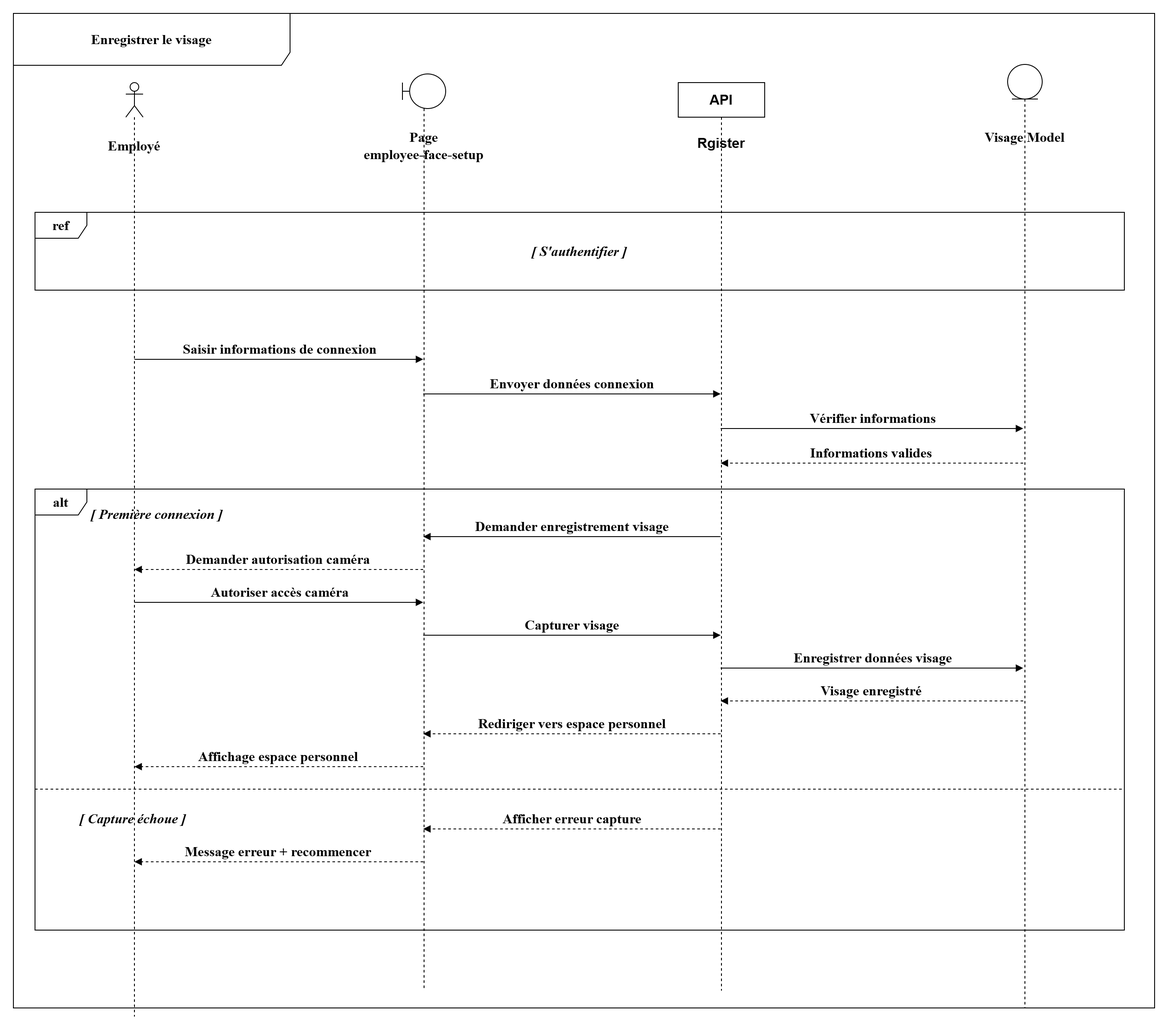
Above: projet/images/digf/ss2/enregister_visage.png in louu7895/pfe (draw.io), before the change. Source tidied: cells renumbered, new cells last; positions are measured from the earlier drawing's top-left corner, leaving out a move shared by most shapes.
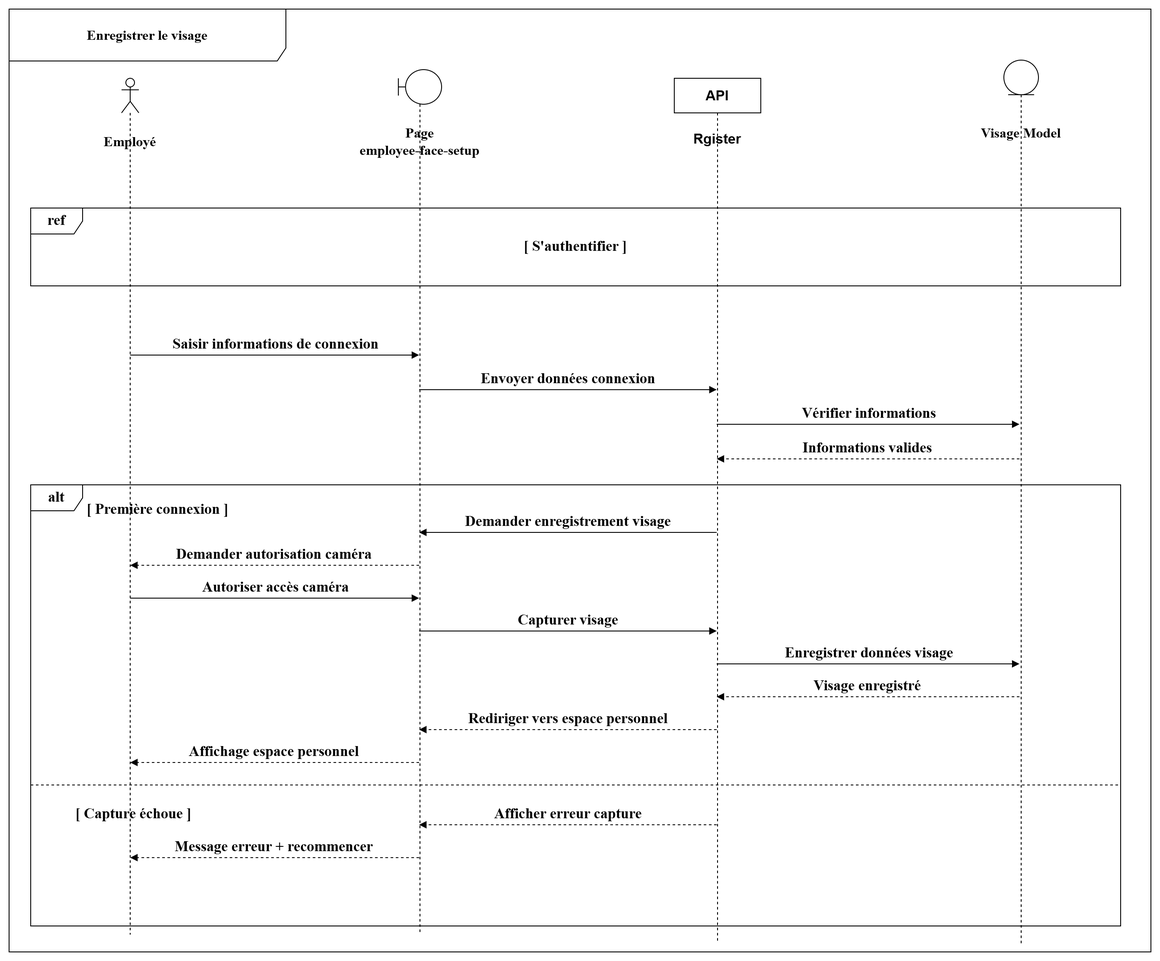
The same diagram one commit later.

The edit, as a diff of the source:
```diff
@@ -3,13 +3,13 @@
     <mxCell id="0" />
     <mxCell id="1" parent="0" />
     <mxCell id="2" style="shape=umlLifeline;perimeter=lifelinePerimeter;whiteSpace=wrap;html=1;newEdgeStyle={&quot;curved&quot;:0,&quot;rounded&quot;:0};participant=umlActor;fontSize=16;fontFamily=Times New Roman;fontStyle=1;" parent="1" vertex="1">
-      <mxGeometry x="130" y="80" width="20" height="1080" as="geometry" />
+      <mxGeometry x="130" y="80" width="20" height="990" as="geometry" />
     </mxCell>
     <mxCell id="3" style="shape=umlLifeline;perimeter=lifelinePerimeter;whiteSpace=wrap;html=1;newEdgeStyle={&quot;curved&quot;:0,&quot;rounded&quot;:0};participant=umlBoundary;fontSize=16;fontFamily=Times New Roman;fontStyle=1;" parent="1" vertex="1">
-      <mxGeometry x="450" y="70" width="50" height="1060" as="geometry" />
+      <mxGeometry x="450" y="70" width="50" height="1000" as="geometry" />
     </mxCell>
     <mxCell id="4" style="shape=umlLifeline;perimeter=lifelinePerimeter;whiteSpace=wrap;html=1;newEdgeStyle={&quot;curved&quot;:0,&quot;rounded&quot;:0};participant=umlEntity;fontSize=16;fontFamily=Times New Roman;fontStyle=1;" parent="1" vertex="1">
-      <mxGeometry x="1150" y="59" width="40" height="1091" as="geometry" />
+      <mxGeometry x="1150" y="59" width="40" height="1021" as="geometry" />
     </mxCell>
     <mxCell id="5" value="Employé" style="text;html=1;whiteSpace=wrap;strokeColor=none;fillColor=none;align=center;verticalAlign=middle;rounded=0;fontSize=16;fontStyle=1;fontFamily=Times New Roman;" parent="1" vertex="1">
       <mxGeometry x="75" y="140" width="130" height="25" as="geometry" />
@@ -21,112 +21,112 @@
       <mxGeometry x="1105" y="130" width="130" height="25" as="geometry" />
     </mxCell>
     <mxCell id="8" value="Enregistrer le visage" style="shape=umlFrame;whiteSpace=wrap;html=1;width=320;height=60;fontSize=16;fontFamily=Times New Roman;fontStyle=1;" parent="1" vertex="1">
-      <mxGeometry width="1320" height="1150" as="geometry" />
+      <mxGeometry width="1320" height="1090" as="geometry" />
     </mxCell>
-    <mxCell id="9" value="ref" style="shape=umlFrame;whiteSpace=wrap;html=1;fontSize=16;fontFamily=Times New Roman;fontStyle=1;" parent="1" vertex="1">
+    <mxCell id="9" value="ref" style="shape=umlFrame;whiteSpace=wrap;html=1;fontSize=17;fontFamily=Times New Roman;fontStyle=1;" parent="1" vertex="1">
       <mxGeometry x="25" y="230" width="1260" height="90" as="geometry" />
     </mxCell>
-    <mxCell id="10" value="[ S'authentifier ]" style="text;html=1;whiteSpace=wrap;strokeColor=none;fillColor=none;align=center;verticalAlign=middle;rounded=0;fontSize=16;fontStyle=3;fontFamily=Times New Roman;" parent="1" vertex="1">
+    <mxCell id="10" value="[ S'authentifier ]" style="text;html=1;whiteSpace=wrap;strokeColor=none;fillColor=none;align=center;verticalAlign=middle;rounded=0;fontSize=17;fontStyle=1;fontFamily=Times New Roman;" parent="1" vertex="1">
       <mxGeometry x="555" y="260" width="200" height="30" as="geometry" />
     </mxCell>
-    <mxCell id="11" value="Saisir informations de connexion" style="html=1;verticalAlign=bottom;endArrow=block;curved=0;rounded=0;fontSize=16;fontFamily=Times New Roman;fontStyle=1;" parent="1" edge="1">
+    <mxCell id="11" value="Saisir informations de connexion" style="html=1;verticalAlign=bottom;endArrow=block;curved=0;rounded=0;fontSize=17;fontFamily=Times New Roman;fontStyle=1;" parent="1" edge="1">
       <mxGeometry relative="1" as="geometry">
         <mxPoint x="140" y="400" as="sourcePoint" />
         <mxPoint x="474" y="400" as="targetPoint" />
       </mxGeometry>
     </mxCell>
-    <mxCell id="12" value="Envoyer données connexion" style="html=1;verticalAlign=bottom;endArrow=block;curved=0;rounded=0;fontSize=16;fontFamily=Times New Roman;fontStyle=1;" parent="1" edge="1">
+    <mxCell id="12" value="Envoyer données connexion" style="html=1;verticalAlign=bottom;endArrow=block;curved=0;rounded=0;fontSize=17;fontFamily=Times New Roman;fontStyle=1;" parent="1" edge="1">
       <mxGeometry relative="1" as="geometry">
         <mxPoint x="474" y="440" as="sourcePoint" />
         <mxPoint x="818" y="440" as="targetPoint" />
       </mxGeometry>
     </mxCell>
-    <mxCell id="13" value="Vérifier informations" style="html=1;verticalAlign=bottom;endArrow=block;curved=0;rounded=0;fontSize=16;fontFamily=Times New Roman;fontStyle=1;" parent="1" edge="1">
+    <mxCell id="13" value="Vérifier informations" style="html=1;verticalAlign=bottom;endArrow=block;curved=0;rounded=0;fontSize=17;fontFamily=Times New Roman;fontStyle=1;" parent="1" edge="1">
       <mxGeometry relative="1" as="geometry">
         <mxPoint x="818" y="480" as="sourcePoint" />
         <mxPoint x="1168" y="480" as="targetPoint" />
       </mxGeometry>
     </mxCell>
-    <mxCell id="14" value="Informations valides" style="html=1;verticalAlign=bottom;endArrow=block;curved=1;rounded=0;dashed=1;fontSize=16;fontFamily=Times New Roman;fontStyle=1;" parent="1" edge="1">
+    <mxCell id="14" value="Informations valides" style="html=1;verticalAlign=bottom;endArrow=block;curved=1;rounded=0;dashed=1;fontSize=17;fontFamily=Times New Roman;fontStyle=1;" parent="1" edge="1">
       <mxGeometry relative="1" as="geometry">
         <mxPoint x="1168" y="520" as="sourcePoint" />
         <mxPoint x="818" y="520" as="targetPoint" />
       </mxGeometry>
     </mxCell>
-    <mxCell id="15" value="alt" style="shape=umlFrame;whiteSpace=wrap;html=1;fontSize=16;fontFamily=Times New Roman;fontStyle=1;" parent="1" vertex="1">
+    <mxCell id="15" value="alt" style="shape=umlFrame;whiteSpace=wrap;html=1;fontSize=17;fontFamily=Times New Roman;fontStyle=1;" parent="1" vertex="1">
       <mxGeometry x="25" y="550" width="1260" height="510" as="geometry" />
     </mxCell>
-    <mxCell id="16" value="[ Première connexion ]" style="text;html=1;whiteSpace=wrap;strokeColor=none;fillColor=none;align=left;verticalAlign=middle;rounded=0;fontSize=16;fontStyle=3;fontFamily=Times New Roman;" parent="1" vertex="1">
+    <mxCell id="16" value="[ Première connexion ]" style="text;html=1;whiteSpace=wrap;strokeColor=none;fillColor=none;align=left;verticalAlign=middle;rounded=0;fontSize=17;fontStyle=1;fontFamily=Times New Roman;" parent="1" vertex="1">
       <mxGeometry x="88" y="566" width="220" height="25" as="geometry" />
     </mxCell>
-    <mxCell id="17" value="Demander enregistrement visage" style="html=1;verticalAlign=bottom;endArrow=block;curved=0;rounded=0;fontSize=16;fontFamily=Times New Roman;fontStyle=1;" parent="1" edge="1">
+    <mxCell id="17" value="Demander enregistrement visage" style="html=1;verticalAlign=bottom;endArrow=block;curved=0;rounded=0;fontSize=17;fontFamily=Times New Roman;fontStyle=1;" parent="1" edge="1">
       <mxGeometry relative="1" as="geometry">
         <mxPoint x="818" y="605" as="sourcePoint" />
         <mxPoint x="474" y="605" as="targetPoint" />
       </mxGeometry>
     </mxCell>
-    <mxCell id="18" value="Demander autorisation caméra" style="html=1;verticalAlign=bottom;endArrow=block;curved=1;rounded=0;dashed=1;fontSize=16;fontFamily=Times New Roman;fontStyle=1;" parent="1" edge="1">
+    <mxCell id="18" value="Demander autorisation caméra" style="html=1;verticalAlign=bottom;endArrow=block;curved=1;rounded=0;dashed=1;fontSize=17;fontFamily=Times New Roman;fontStyle=1;" parent="1" edge="1">
       <mxGeometry relative="1" as="geometry">
         <mxPoint x="474" y="643" as="sourcePoint" />
         <mxPoint x="140" y="643" as="targetPoint" />
       </mxGeometry>
     </mxCell>
-    <mxCell id="19" value="Autoriser accès caméra" style="html=1;verticalAlign=bottom;endArrow=block;curved=0;rounded=0;fontSize=16;fontFamily=Times New Roman;fontStyle=1;" parent="1" edge="1">
+    <mxCell id="19" value="Autoriser accès caméra" style="html=1;verticalAlign=bottom;endArrow=block;curved=0;rounded=0;fontSize=17;fontFamily=Times New Roman;fontStyle=1;" parent="1" edge="1">
       <mxGeometry relative="1" as="geometry">
         <mxPoint x="140" y="681" as="sourcePoint" />
         <mxPoint x="474" y="681" as="targetPoint" />
       </mxGeometry>
     </mxCell>
-    <mxCell id="20" value="Capturer visage" style="html=1;verticalAlign=bottom;endArrow=block;curved=0;rounded=0;fontSize=16;fontFamily=Times New Roman;fontStyle=1;" parent="1" edge="1">
+    <mxCell id="20" value="Capturer visage" style="html=1;verticalAlign=bottom;endArrow=block;curved=0;rounded=0;fontSize=17;fontFamily=Times New Roman;fontStyle=1;" parent="1" edge="1">
       <mxGeometry relative="1" as="geometry">
         <mxPoint x="474" y="719" as="sourcePoint" />
         <mxPoint x="818" y="719" as="targetPoint" />
       </mxGeometry>
     </mxCell>
-    <mxCell id="21" value="Enregistrer données visage" style="html=1;verticalAlign=bottom;endArrow=block;curved=0;rounded=0;fontSize=16;fontFamily=Times New Roman;fontStyle=1;" parent="1" edge="1">
+    <mxCell id="21" value="Enregistrer données visage" style="html=1;verticalAlign=bottom;endArrow=block;curved=0;rounded=0;fontSize=17;fontFamily=Times New Roman;fontStyle=1;" parent="1" edge="1">
       <mxGeometry relative="1" as="geometry">
         <mxPoint x="818" y="757" as="sourcePoint" />
         <mxPoint x="1168" y="757" as="targetPoint" />
       </mxGeometry>
     </mxCell>
-    <mxCell id="22" value="Visage enregistré" style="html=1;verticalAlign=bottom;endArrow=block;curved=1;rounded=0;dashed=1;fontSize=16;fontFamily=Times New Roman;fontStyle=1;" parent="1" edge="1">
+    <mxCell id="22" value="Visage enregistré" style="html=1;verticalAlign=bottom;endArrow=block;curved=1;rounded=0;dashed=1;fontSize=17;fontFamily=Times New Roman;fontStyle=1;" parent="1" edge="1">
       <mxGeometry relative="1" as="geometry">
         <mxPoint x="1168" y="795" as="sourcePoint" />
         <mxPoint x="818" y="795" as="targetPoint" />
       </mxGeometry>
     </mxCell>
-    <mxCell id="23" value="Rediriger vers espace personnel" style="html=1;verticalAlign=bottom;endArrow=block;curved=1;rounded=0;dashed=1;fontSize=16;fontFamily=Times New Roman;fontStyle=1;" parent="1" edge="1">
+    <mxCell id="23" value="Rediriger vers espace personnel" style="html=1;verticalAlign=bottom;endArrow=block;curved=1;rounded=0;dashed=1;fontSize=17;fontFamily=Times New Roman;fontStyle=1;" parent="1" edge="1">
       <mxGeometry relative="1" as="geometry">
         <mxPoint x="818" y="833" as="sourcePoint" />
         <mxPoint x="474" y="833" as="targetPoint" />
       </mxGeometry>
     </mxCell>
-    <mxCell id="24" value="Affichage espace personnel" style="html=1;verticalAlign=bottom;endArrow=block;curved=1;rounded=0;dashed=1;fontSize=16;fontFamily=Times New Roman;fontStyle=1;" parent="1" edge="1">
+    <mxCell id="24" value="Affichage espace personnel" style="html=1;verticalAlign=bottom;endArrow=block;curved=1;rounded=0;dashed=1;fontSize=17;fontFamily=Times New Roman;fontStyle=1;" parent="1" edge="1">
       <mxGeometry relative="1" as="geometry">
         <mxPoint x="474" y="871" as="sourcePoint" />
         <mxPoint x="140" y="871" as="targetPoint" />
       </mxGeometry>
     </mxCell>
-    <mxCell id="25" style="line;strokeWidth=1;fillColor=none;align=left;verticalAlign=middle;spacingTop=-1;spacingLeft=3;spacingRight=3;labelPosition=right;strokeColor=inherit;dashed=1;fontSize=16;fontFamily=Times New Roman;fontStyle=1;" parent="1" vertex="1">
+    <mxCell id="25" style="line;strokeWidth=1;fillColor=none;align=left;verticalAlign=middle;spacingTop=-1;spacingLeft=3;spacingRight=3;labelPosition=right;strokeColor=inherit;dashed=1;fontSize=17;fontFamily=Times New Roman;fontStyle=1;" parent="1" vertex="1">
       <mxGeometry x="25" y="893" width="1260" height="8" as="geometry" />
     </mxCell>
-    <mxCell id="26" value="[ Capture échoue ]" style="text;html=1;whiteSpace=wrap;strokeColor=none;fillColor=none;align=left;verticalAlign=middle;rounded=0;fontSize=16;fontStyle=3;fontFamily=Times New Roman;" parent="1" vertex="1">
+    <mxCell id="26" value="[ Capture échoue ]" style="text;html=1;whiteSpace=wrap;strokeColor=none;fillColor=none;align=left;verticalAlign=middle;rounded=0;fontSize=17;fontStyle=1;fontFamily=Times New Roman;" parent="1" vertex="1">
       <mxGeometry x="75" y="918" width="180" height="25" as="geometry" />
     </mxCell>
-    <mxCell id="27" value="Afficher erreur capture" style="html=1;verticalAlign=bottom;endArrow=block;curved=1;rounded=0;dashed=1;fontSize=16;fontFamily=Times New Roman;fontStyle=1;" parent="1" edge="1">
+    <mxCell id="27" value="Afficher erreur capture" style="html=1;verticalAlign=bottom;endArrow=block;curved=1;rounded=0;dashed=1;fontSize=17;fontFamily=Times New Roman;fontStyle=1;" parent="1" edge="1">
       <mxGeometry relative="1" as="geometry">
         <mxPoint x="818" y="943" as="sourcePoint" />
         <mxPoint x="474" y="943" as="targetPoint" />
       </mxGeometry>
     </mxCell>
-    <mxCell id="28" value="Message erreur + recommencer" style="html=1;verticalAlign=bottom;endArrow=block;curved=1;rounded=0;dashed=1;fontSize=16;fontFamily=Times New Roman;fontStyle=1;" parent="1" edge="1">
+    <mxCell id="28" value="Message erreur + recommencer" style="html=1;verticalAlign=bottom;endArrow=block;curved=1;rounded=0;dashed=1;fontSize=17;fontFamily=Times New Roman;fontStyle=1;" parent="1" edge="1">
       <mxGeometry relative="1" as="geometry">
         <mxPoint x="474" y="981" as="sourcePoint" />
         <mxPoint x="140" y="981" as="targetPoint" />
       </mxGeometry>
     </mxCell>
     <mxCell id="29" value="API" style="shape=umlLifeline;perimeter=lifelinePerimeter;whiteSpace=wrap;html=1;newEdgeStyle={&quot;curved&quot;:0,&quot;rounded&quot;:0};fontSize=16;fontStyle=1;" parent="1" vertex="1">
-      <mxGeometry x="769" y="80" width="100" height="1050" as="geometry" />
+      <mxGeometry x="769" y="80" width="100" height="1000" as="geometry" />
     </mxCell>
     <mxCell id="30" value="Rgister" style="text;html=1;whiteSpace=wrap;strokeColor=none;fillColor=none;align=center;verticalAlign=middle;rounded=0;fontSize=16;fontStyle=1;" parent="1" vertex="1">
       <mxGeometry x="789" y="135" width="60" height="30" as="geometry" />
```
